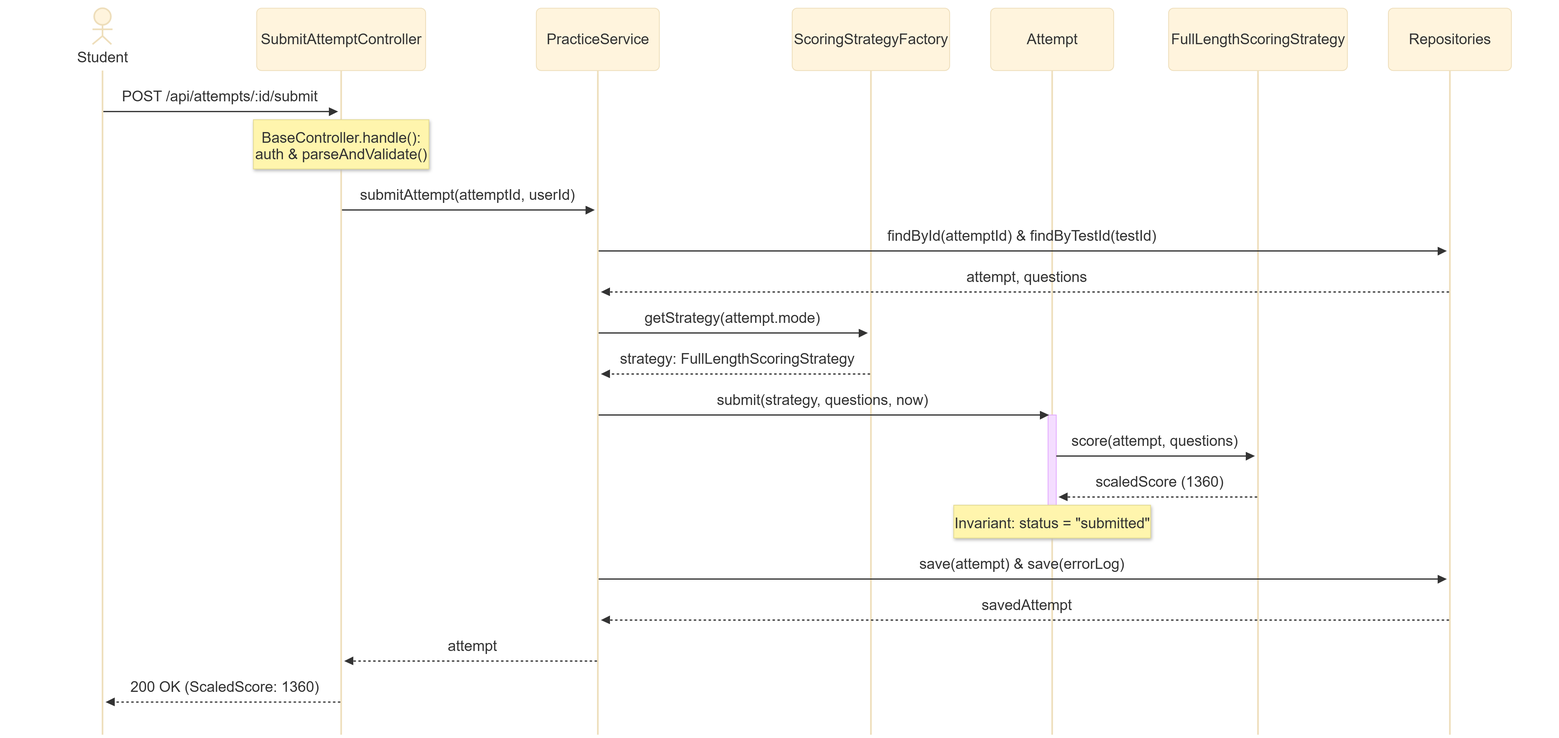
Above: slides/assets/05-sequence-submit-attempt.png in 202417221-LeDinhVinh/ronansat-oop-demo (Mermaid), before the change. Its source is kept beside it as docs/uml/05-sequence-submit-attempt.mmd. Source of this version:
```mermaid
%%{init: {
  "sequence": {
    "mirrorActors": false
  }
}}%%
sequenceDiagram
    actor Student
    participant C as SubmitAttemptController
    participant S as PracticeService
    participant F as ScoringStrategyFactory
    participant A as Attempt
    participant FS as FullLengthScoringStrategy
    participant R as Repositories

    Student->>C: POST /api/attempts/:id/submit
    Note over C: BaseController.handle():<br/>auth & parseAndValidate()
    C->>S: submitAttempt(attemptId, userId)
    S->>R: findById(attemptId) & findByTestId(testId)
    R-->>S: attempt, questions
    S->>F: getStrategy(attempt.mode)
    F-->>S: strategy: FullLengthScoringStrategy
    S->>A: submit(strategy, questions, now)
    activate A
    A->>FS: score(attempt, questions)
    FS-->>A: scaledScore (1360)
    Note over A: Invariant: status = "submitted"
    deactivate A
    S->>R: save(attempt) & save(errorLog)
    R-->>S: savedAttempt
    S-->>C: attempt
    C-->>Student: 200 OK (ScaledScore: 1360)
```
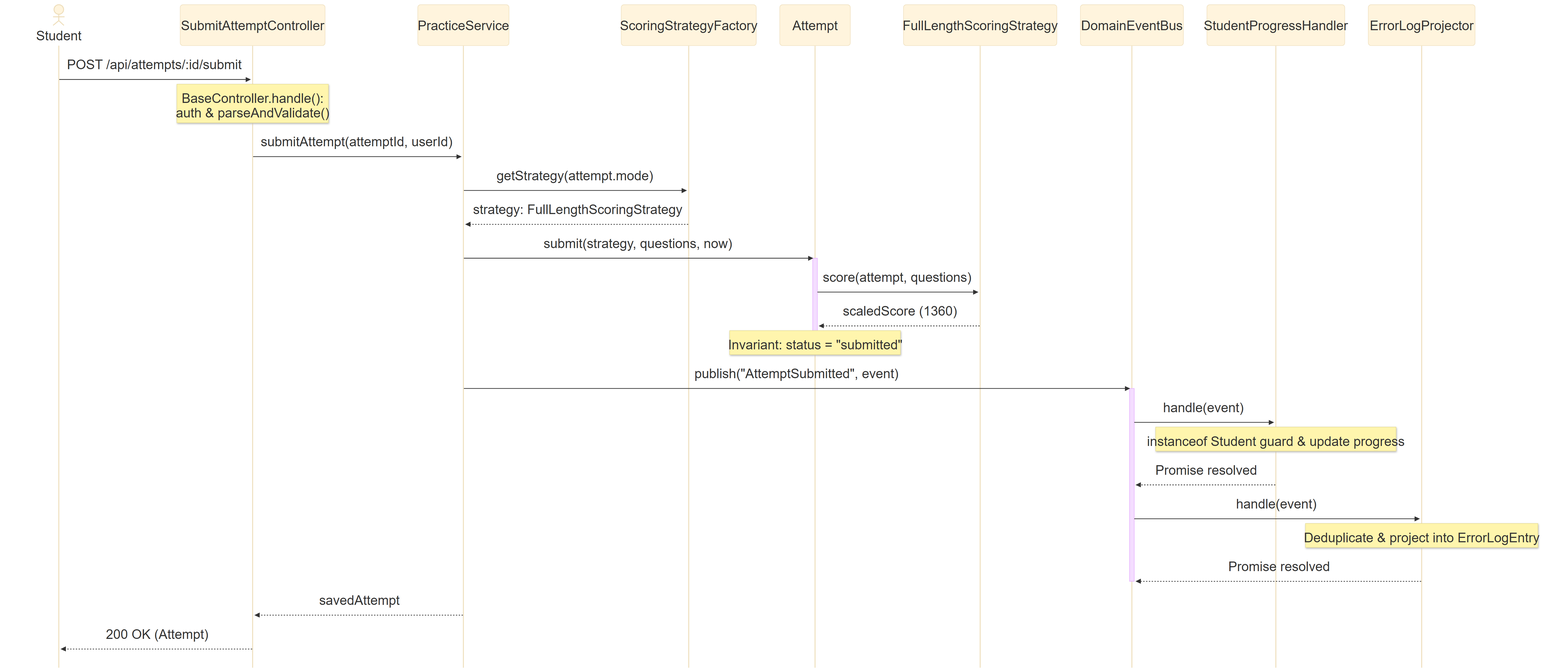
After the commit.

Change to the diagram source:
```diff
@@ -10,13 +10,13 @@
     participant F as ScoringStrategyFactory
     participant A as Attempt
     participant FS as FullLengthScoringStrategy
-    participant R as Repositories
+    participant B as DomainEventBus
+    participant PH as StudentProgressHandler
+    participant EP as ErrorLogProjector
 
     Student->>C: POST /api/attempts/:id/submit
     Note over C: BaseController.handle():<br/>auth & parseAndValidate()
     C->>S: submitAttempt(attemptId, userId)
-    S->>R: findById(attemptId) & findByTestId(testId)
-    R-->>S: attempt, questions
     S->>F: getStrategy(attempt.mode)
     F-->>S: strategy: FullLengthScoringStrategy
     S->>A: submit(strategy, questions, now)
@@ -25,7 +25,14 @@
     FS-->>A: scaledScore (1360)
     Note over A: Invariant: status = "submitted"
     deactivate A
-    S->>R: save(attempt) & save(errorLog)
-    R-->>S: savedAttempt
-    S-->>C: attempt
-    C-->>Student: 200 OK (ScaledScore: 1360)
+    S->>B: publish("AttemptSubmitted", event)
+    activate B
+    B->>PH: handle(event)
+    Note over PH: instanceof Student guard & update progress
+    PH-->>B: Promise resolved
+    B->>EP: handle(event)
+    Note over EP: Deduplicate & project into ErrorLogEntry
+    EP-->>B: Promise resolved
+    deactivate B
+    S-->>C: savedAttempt
+    C-->>Student: 200 OK (Attempt)
```
